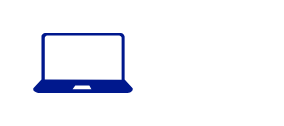
Earlier version of the draw.io diagram Untitled Diagram.drawio (sha1thedon/project_empowermind). Source tidied: cells renumbered, new cells numbered last; positions are measured from the earlier drawing's top-left corner, leaving out a move shared by most shapes. Both pictures are drawn from the tidied source at 200%, with x=0, y=0 at pixel (32, 32).
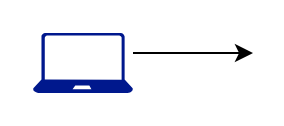
The same page after the edit.

What changed in the source:
```diff
@@
 <mxGraphModel>
   <root>
     <mxCell id="0" />
     <mxCell id="1" parent="0" />
     <mxCell id="2" style="sketch=0;shadow=0;dashed=0;html=1;strokeColor=none;labelPosition=center;verticalLabelPosition=bottom;verticalAlign=top;align=center;fillColor=#00188D;shape=mxgraph.azure.laptop;" parent="1" vertex="1">
       <mxGeometry width="50" height="30" as="geometry" />
     </mxCell>
+    <mxCell id="3" style="endArrow=classic;html=1;rounded=0;" parent="1" edge="1">
+      <mxGeometry relative="1" as="geometry">
+        <mxPoint x="50" y="10" as="sourcePoint" />
+        <mxPoint x="110" y="10" as="targetPoint" />
+      </mxGeometry>
+    </mxCell>
   </root>
 </mxGraphModel>
```
